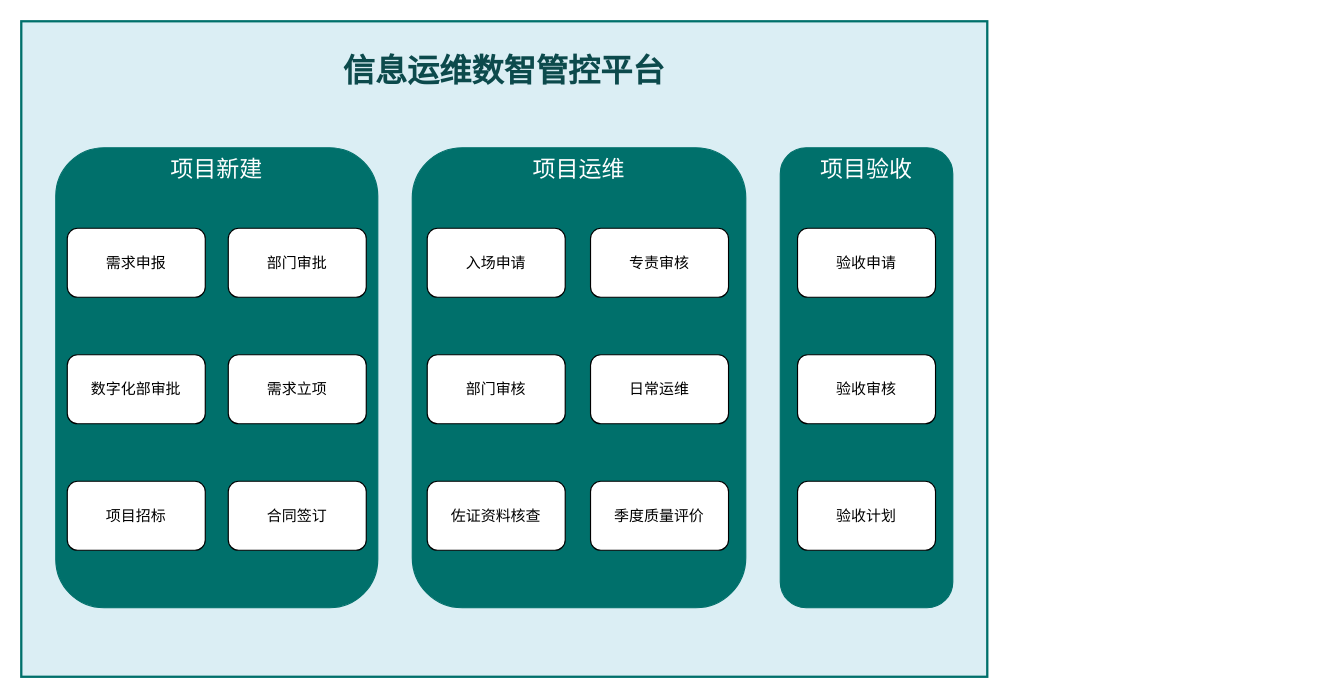
Before: 信息运维业务架构.drawio in diaosinanshen/draw, a draw.io diagram. Source tidied: cells renumbered, new cells numbered last; positions are measured from the earlier drawing's top-left corner, leaving out a move shared by most shapes. Both pictures are drawn from the tidied source at 115%, with x=0, y=0 at pixel (21, 21).
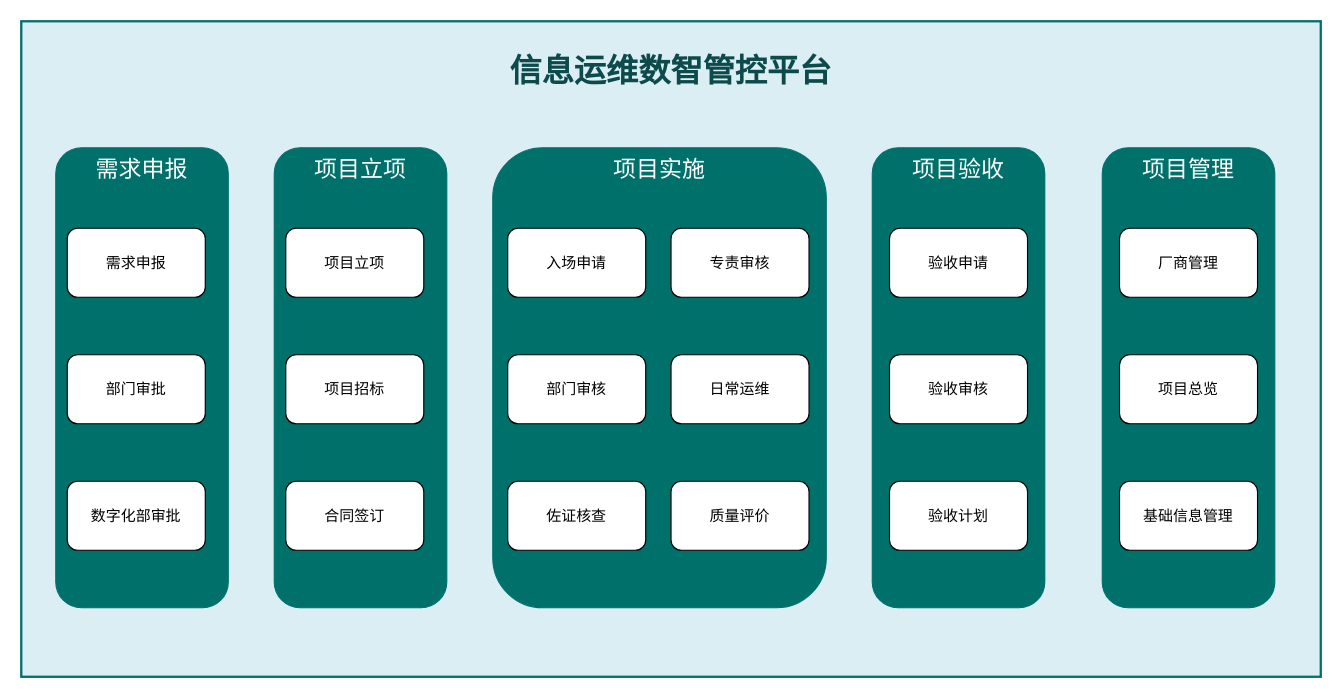
The same diagram, later.

Commit message:
更新信息运维业务架构.drawio

Diff of the diagram source:
```diff
@@
     <mxCell id="2" value="信息运维数智管控平台" style="rounded=0;whiteSpace=wrap;html=1;verticalAlign=top;fontSize=28;spacingTop=20;strokeColor=#00706B;fillColor=#DBEEF4;fontColor=#0C4A4C;fontStyle=1;strokeWidth=2;" parent="1" vertex="1">
-      <mxGeometry width="840" height="570" as="geometry" />
+      <mxGeometry width="1130" height="570" as="geometry" />
     </mxCell>
-    <mxCell id="3" value="项目新建" style="rounded=1;whiteSpace=wrap;html=1;fillColor=#00706B;fontColor=#FFFFFF;fontSize=20;strokeColor=#00706B;fontStyle=0;align=center;verticalAlign=top;" parent="1" vertex="1">
-      <mxGeometry x="30" y="110" width="280" height="400" as="geometry" />
+    <mxCell id="3" value="需求申报" style="rounded=1;whiteSpace=wrap;html=1;fillColor=#00706B;fontColor=#FFFFFF;fontSize=20;strokeColor=#00706B;fontStyle=0;align=center;verticalAlign=top;" parent="1" vertex="1">
+      <mxGeometry x="30" y="110" width="150" height="400" as="geometry" />
     </mxCell>
@@
     <mxCell id="5" value="部门审批" style="rounded=1;whiteSpace=wrap;html=1;fontSize=13;" parent="1" vertex="1">
-      <mxGeometry x="180" y="180" width="120" height="60" as="geometry" />
+      <mxGeometry x="40" y="290" width="120" height="60" as="geometry" />
     </mxCell>
     <mxCell id="6" value="数字化部审批" style="rounded=1;whiteSpace=wrap;html=1;fontSize=13;" parent="1" vertex="1">
-      <mxGeometry x="40" y="290" width="120" height="60" as="geometry" />
+      <mxGeometry x="40" y="400" width="120" height="60" as="geometry" />
     </mxCell>
-    <mxCell id="7" value="需求立项" style="rounded=1;whiteSpace=wrap;html=1;fontSize=13;" parent="1" vertex="1">
-      <mxGeometry x="180" y="290" width="120" height="60" as="geometry" />
-    </mxCell>
-    <mxCell id="8" value="项目招标" style="rounded=1;whiteSpace=wrap;html=1;fontSize=13;" parent="1" vertex="1">
-      <mxGeometry x="40" y="400" width="120" height="60" as="geometry" />
-    </mxCell>
-    <mxCell id="9" value="项目运维" style="rounded=1;whiteSpace=wrap;html=1;fillColor=#00706B;fontColor=#FFFFFF;fontSize=20;strokeColor=#00706B;fontStyle=0;align=center;verticalAlign=top;" parent="1" vertex="1">
-      <mxGeometry x="340" y="110" width="290" height="400" as="geometry" />
+    <mxCell id="9" value="项目实施" style="rounded=1;whiteSpace=wrap;html=1;fillColor=#00706B;fontColor=#FFFFFF;fontSize=20;strokeColor=#00706B;fontStyle=0;align=center;verticalAlign=top;" parent="1" vertex="1">
+      <mxGeometry x="410" y="110" width="290" height="400" as="geometry" />
     </mxCell>
     <mxCell id="10" value="入场申请" style="rounded=1;whiteSpace=wrap;html=1;fontSize=13;" parent="1" vertex="1">
-      <mxGeometry x="353" y="180" width="120" height="60" as="geometry" />
+      <mxGeometry x="423" y="180" width="120" height="60" as="geometry" />
     </mxCell>
     <mxCell id="11" value="专责审核" style="rounded=1;whiteSpace=wrap;html=1;fontSize=13;" parent="1" vertex="1">
-      <mxGeometry x="495" y="180" width="120" height="60" as="geometry" />
+      <mxGeometry x="565" y="180" width="120" height="60" as="geometry" />
     </mxCell>
     <mxCell id="12" value="部门审核" style="rounded=1;whiteSpace=wrap;html=1;fontSize=13;" parent="1" vertex="1">
-      <mxGeometry x="353" y="290" width="120" height="60" as="geometry" />
+      <mxGeometry x="423" y="290" width="120" height="60" as="geometry" />
     </mxCell>
     <mxCell id="13" value="项目验收" style="rounded=1;whiteSpace=wrap;html=1;fillColor=#00706B;fontColor=#FFFFFF;fontSize=20;strokeColor=#00706B;fontStyle=0;align=center;verticalAlign=top;" parent="1" vertex="1">
-      <mxGeometry x="660" y="110" width="150" height="400" as="geometry" />
+      <mxGeometry x="740" y="110" width="150" height="400" as="geometry" />
     </mxCell>
     <mxCell id="14" value="验收申请" style="rounded=1;whiteSpace=wrap;html=1;fontSize=13;" parent="1" vertex="1">
-      <mxGeometry x="675" y="180" width="120" height="60" as="geometry" />
+      <mxGeometry x="755" y="180" width="120" height="60" as="geometry" />
     </mxCell>
     <mxCell id="15" value="验收审核" style="rounded=1;whiteSpace=wrap;html=1;fontSize=13;" parent="1" vertex="1">
-      <mxGeometry x="675" y="290" width="120" height="60" as="geometry" />
+      <mxGeometry x="755" y="290" width="120" height="60" as="geometry" />
     </mxCell>
     <mxCell id="16" value="验收计划" style="rounded=1;whiteSpace=wrap;html=1;fontSize=13;" parent="1" vertex="1">
-      <mxGeometry x="675" y="400" width="120" height="60" as="geometry" />
+      <mxGeometry x="755" y="400" width="120" height="60" as="geometry" />
     </mxCell>
     <mxCell id="17" value="日常运维" style="rounded=1;whiteSpace=wrap;html=1;fontSize=13;" parent="1" vertex="1">
-      <mxGeometry x="495" y="290" width="120" height="60" as="geometry" />
+      <mxGeometry x="565" y="290" width="120" height="60" as="geometry" />
     </mxCell>
-    <mxCell id="18" value="季度质量评价" style="rounded=1;whiteSpace=wrap;html=1;fontSize=13;" parent="1" vertex="1">
-      <mxGeometry x="495" y="400" width="120" height="60" as="geometry" />
+    <mxCell id="18" value="质量评价" style="rounded=1;whiteSpace=wrap;html=1;fontSize=13;" parent="1" vertex="1">
+      <mxGeometry x="565" y="400" width="120" height="60" as="geometry" />
     </mxCell>
-    <mxCell id="19" value="佐证资料核查" style="rounded=1;whiteSpace=wrap;html=1;fontSize=13;" parent="1" vertex="1">
-      <mxGeometry x="353" y="400" width="120" height="60" as="geometry" />
+    <mxCell id="19" value="佐证核查" style="rounded=1;whiteSpace=wrap;html=1;fontSize=13;" parent="1" vertex="1">
+      <mxGeometry x="423" y="400" width="120" height="60" as="geometry" />
     </mxCell>
+    <mxCell id="21" value="项目立项" style="rounded=1;whiteSpace=wrap;html=1;fillColor=#00706B;fontColor=#FFFFFF;fontSize=20;strokeColor=#00706B;fontStyle=0;align=center;verticalAlign=top;" parent="1" vertex="1">
+      <mxGeometry x="220" y="110" width="150" height="400" as="geometry" />
+    </mxCell>
+    <mxCell id="22" value="项目立项" style="rounded=1;whiteSpace=wrap;html=1;fontSize=13;" parent="1" vertex="1">
+      <mxGeometry x="230" y="180" width="120" height="60" as="geometry" />
+    </mxCell>
+    <mxCell id="8" value="项目招标" style="rounded=1;whiteSpace=wrap;html=1;fontSize=13;" parent="1" vertex="1">
+      <mxGeometry x="230" y="290" width="120" height="60" as="geometry" />
+    </mxCell>
     <mxCell id="20" value="合同签订" style="rounded=1;whiteSpace=wrap;html=1;fontSize=13;" parent="1" vertex="1">
-      <mxGeometry x="180" y="400" width="120" height="60" as="geometry" />
+      <mxGeometry x="230" y="400" width="120" height="60" as="geometry" />
     </mxCell>
+    <mxCell id="23" value="项目管理" style="rounded=1;whiteSpace=wrap;html=1;fillColor=#00706B;fontColor=#FFFFFF;fontSize=20;strokeColor=#00706B;fontStyle=0;align=center;verticalAlign=top;" parent="1" vertex="1">
+      <mxGeometry x="940" y="110" width="150" height="400" as="geometry" />
+    </mxCell>
+    <mxCell id="24" value="厂商管理" style="rounded=1;whiteSpace=wrap;html=1;fontSize=13;" parent="1" vertex="1">
+      <mxGeometry x="955" y="180" width="120" height="60" as="geometry" />
+    </mxCell>
+    <mxCell id="25" value="项目总览" style="rounded=1;whiteSpace=wrap;html=1;fontSize=13;" parent="1" vertex="1">
+      <mxGeometry x="955" y="290" width="120" height="60" as="geometry" />
+    </mxCell>
+    <mxCell id="26" value="基础信息管理" style="rounded=1;whiteSpace=wrap;html=1;fontSize=13;" parent="1" vertex="1">
+      <mxGeometry x="955" y="400" width="120" height="60" as="geometry" />
+    </mxCell>
```
